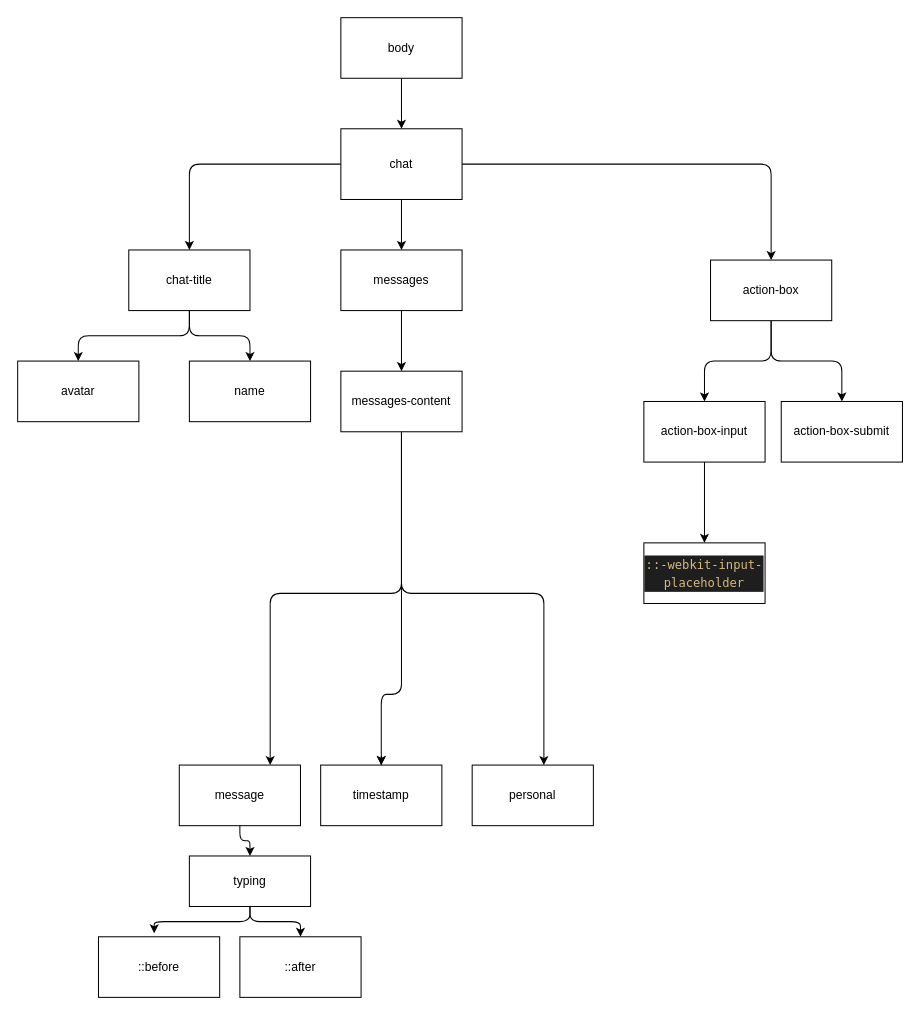
Before: digram.drawio in sophiaxux/sophiaxux.github.io, a draw.io diagram. Source tidied: cells renumbered, new cells numbered last; positions are measured from the earlier drawing's top-left corner, leaving out a move shared by most shapes. Both pictures are drawn from the tidied source at 101%, with x=0, y=0 at pixel (17, 17).
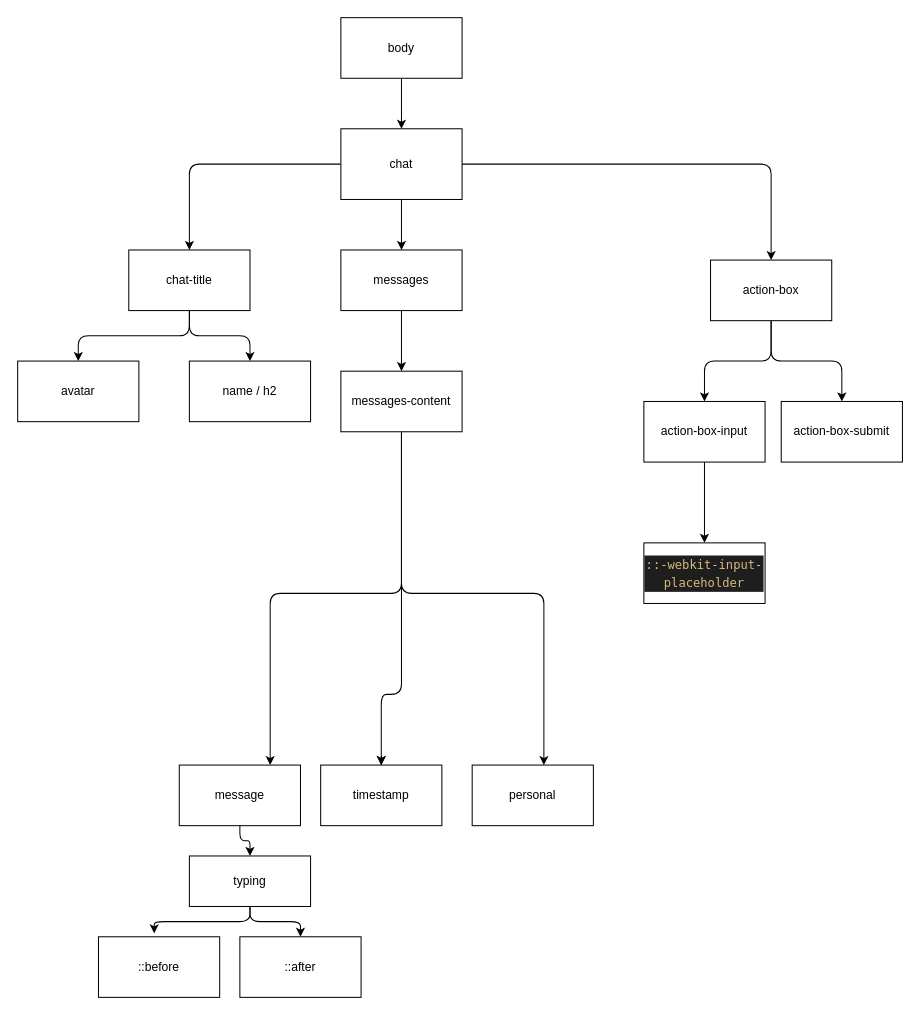
After the change.

The edit, as a diff of the source:
```diff
@@
-    <mxCell id="9" value="name" style="rounded=0;whiteSpace=wrap;html=1;" parent="1" vertex="1">
+    <mxCell id="9" value="name / h2" style="rounded=0;whiteSpace=wrap;html=1;" parent="1" vertex="1">
       <mxGeometry x="170" y="340" width="120" height="60" as="geometry" />
     </mxCell>
```
